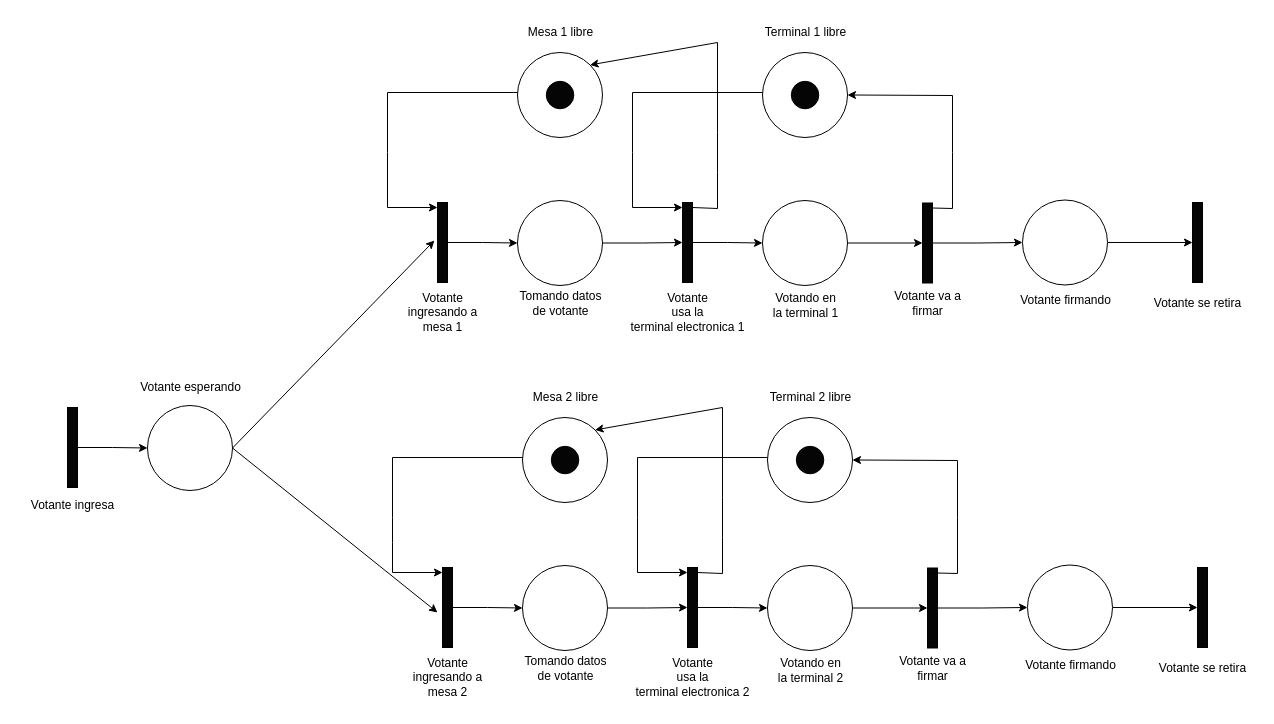
The draw.io diagram RP /Ejercicio_5.drawio in imnotsetro/IDS-1, before the edit. Source tidied: cells renumbered, new cells numbered last; positions are measured from the earlier drawing's top-left corner, leaving out a move shared by most shapes. Both pictures are drawn from the tidied source at 100%, with x=0, y=0 at pixel (17, 17).
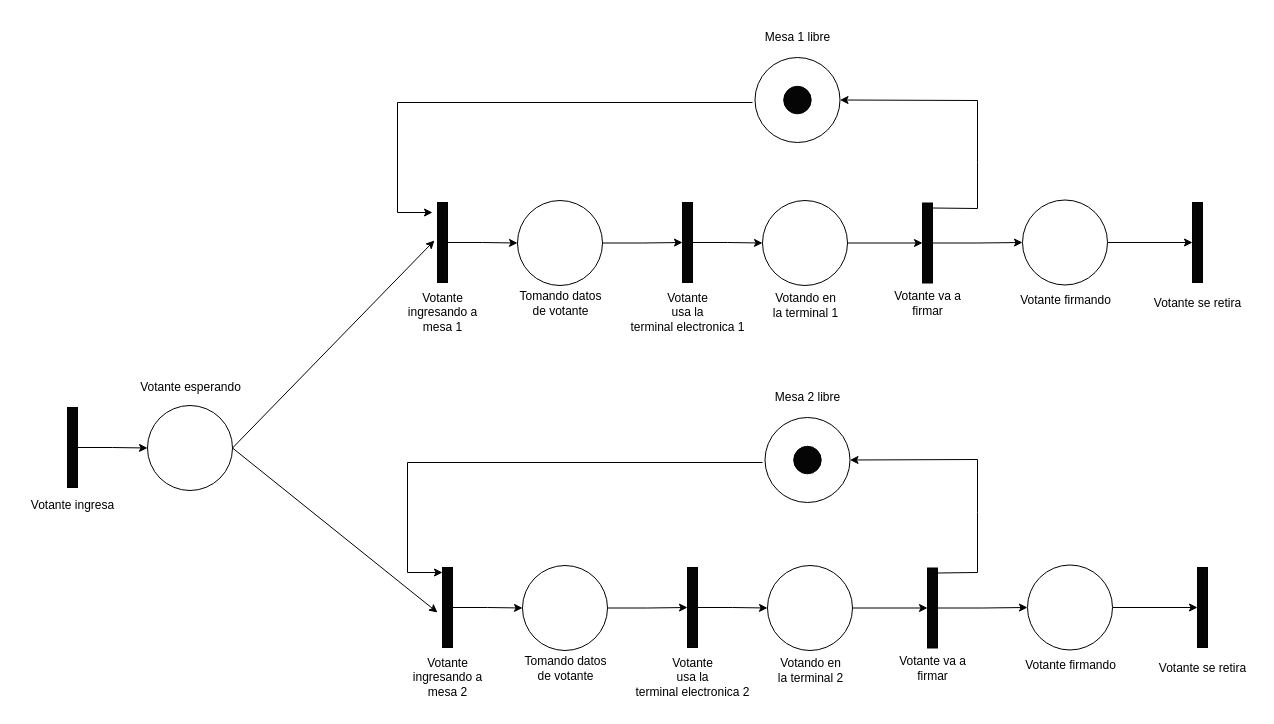
Above is the later version.

Unchanged cells that the change refers to:
```xml
<mxCell id="8" style="html=1;points=[[0,0,0,0,5],[0,1,0,0,-5],[1,0,0,0,5],[1,1,0,0,-5]];perimeter=orthogonalPerimeter;outlineConnect=0;targetShapes=umlLifeline;portConstraint=eastwest;newEdgeStyle={&quot;curved&quot;:0,&quot;rounded&quot;:0};fillColor=#050505;" parent="1" vertex="1">
  <mxGeometry x="420" y="185" width="10" height="80" as="geometry" />
</mxCell>
<mxCell id="16" style="html=1;points=[[0,0,0,0,5],[0,1,0,0,-5],[1,0,0,0,5],[1,1,0,0,-5]];perimeter=orthogonalPerimeter;outlineConnect=0;targetShapes=umlLifeline;portConstraint=eastwest;newEdgeStyle={&quot;curved&quot;:0,&quot;rounded&quot;:0};fillColor=#050505;" parent="1" vertex="1">
  <mxGeometry x="665" y="185" width="10" height="80" as="geometry" />
</mxCell>
<mxCell id="20" style="html=1;points=[[0,0,0,0,5],[0,1,0,0,-5],[1,0,0,0,5],[1,1,0,0,-5]];perimeter=orthogonalPerimeter;outlineConnect=0;targetShapes=umlLifeline;portConstraint=eastwest;newEdgeStyle={&quot;curved&quot;:0,&quot;rounded&quot;:0};fillColor=#050505;" parent="1" vertex="1">
  <mxGeometry x="905" y="185.5" width="10" height="80" as="geometry" />
</mxCell>
<mxCell id="40" style="html=1;points=[[0,0,0,0,5],[0,1,0,0,-5],[1,0,0,0,5],[1,1,0,0,-5]];perimeter=orthogonalPerimeter;outlineConnect=0;targetShapes=umlLifeline;portConstraint=eastwest;newEdgeStyle={&quot;curved&quot;:0,&quot;rounded&quot;:0};fillColor=#050505;" parent="1" vertex="1">
  <mxGeometry x="425" y="550" width="10" height="80" as="geometry" />
</mxCell>
<mxCell id="48" style="html=1;points=[[0,0,0,0,5],[0,1,0,0,-5],[1,0,0,0,5],[1,1,0,0,-5]];perimeter=orthogonalPerimeter;outlineConnect=0;targetShapes=umlLifeline;portConstraint=eastwest;newEdgeStyle={&quot;curved&quot;:0,&quot;rounded&quot;:0};fillColor=#050505;" parent="1" vertex="1">
  <mxGeometry x="670" y="550" width="10" height="80" as="geometry" />
</mxCell>
<mxCell id="52" style="html=1;points=[[0,0,0,0,5],[0,1,0,0,-5],[1,0,0,0,5],[1,1,0,0,-5]];perimeter=orthogonalPerimeter;outlineConnect=0;targetShapes=umlLifeline;portConstraint=eastwest;newEdgeStyle={&quot;curved&quot;:0,&quot;rounded&quot;:0};fillColor=#050505;" parent="1" vertex="1">
  <mxGeometry x="910" y="550.5" width="10" height="80" as="geometry" />
</mxCell>
```

The edit, as a diff of the source:
```diff
@@
-    <mxCell id="11" style="ellipse;whiteSpace=wrap;html=1;" parent="1" vertex="1">
-      <mxGeometry x="500" y="35" width="85" height="85" as="geometry" />
-    </mxCell>
-    <mxCell id="12" style="ellipse;whiteSpace=wrap;html=1;fillColor=#050505;" parent="1" vertex="1">
-      <mxGeometry x="528.8" y="63.8" width="27.5" height="27.5" as="geometry" />
-    </mxCell>
-    <mxCell id="13" style="endArrow=classic;html=1;rounded=0;entryX=1;entryY=0;entryDx=0;entryDy=0;exitX=1;exitY=0;exitDx=0;exitDy=5;exitPerimeter=0;" parent="1" edge="1" source="16" target="11">
-      <mxGeometry relative="1" as="geometry">
-        <Array as="points">
-          <mxPoint x="700" y="191" />
-          <mxPoint x="700" y="155" />
-          <mxPoint x="700" y="115" />
-          <mxPoint x="700" y="75" />
-          <mxPoint x="700" y="25" />
-        </Array>
-      </mxGeometry>
-    </mxCell>
-    <mxCell id="14" style="endArrow=classic;html=1;rounded=0;entryX=0;entryY=0;entryDx=0;entryDy=5;entryPerimeter=0;" parent="1" edge="1" target="8">
-      <mxGeometry relative="1" as="geometry">
-        <mxPoint x="500" y="75" as="sourcePoint" />
-        <Array as="points">
-          <mxPoint x="370" y="75" />
-          <mxPoint x="370" y="135" />
-          <mxPoint x="370" y="190" />
-        </Array>
-      </mxGeometry>
-    </mxCell>
@@
-    <mxCell id="21" style="ellipse;whiteSpace=wrap;html=1;" parent="1" vertex="1">
-      <mxGeometry x="745" y="35" width="85" height="85" as="geometry" />
-    </mxCell>
-    <mxCell id="22" style="ellipse;whiteSpace=wrap;html=1;fillColor=#050505;" parent="1" vertex="1">
-      <mxGeometry x="773.8" y="63.8" width="27.5" height="27.5" as="geometry" />
-    </mxCell>
-    <mxCell id="23" style="endArrow=classic;html=1;rounded=0;entryX=1;entryY=0.5;entryDx=0;entryDy=0;exitX=1;exitY=0;exitDx=0;exitDy=5;exitPerimeter=0;" parent="1" edge="1" source="20" target="21">
-      <mxGeometry relative="1" as="geometry">
-        <Array as="points">
-          <mxPoint x="935" y="191" />
-          <mxPoint x="935" y="135" />
-          <mxPoint x="935" y="78" />
-        </Array>
-      </mxGeometry>
-    </mxCell>
-    <mxCell id="24" style="endArrow=classic;html=1;rounded=0;entryX=0;entryY=0;entryDx=0;entryDy=5;entryPerimeter=0;" parent="1" edge="1" target="16">
-      <mxGeometry relative="1" as="geometry">
-        <mxPoint x="745" y="75" as="sourcePoint" />
-        <Array as="points">
-          <mxPoint x="615" y="75" />
-          <mxPoint x="615" y="135" />
-          <mxPoint x="615" y="190" />
-        </Array>
-      </mxGeometry>
-    </mxCell>
@@
-    <mxCell id="32" value="Mesa 1 libre" style="text;html=1;align=center;verticalAlign=middle;strokeColor=none;fillColor=none;" parent="1" vertex="1">
-      <mxGeometry x="497.5" width="90" height="30" as="geometry" />
-    </mxCell>
@@
-    <mxCell id="35" value="Terminal 1 libre" style="text;html=1;align=center;verticalAlign=middle;strokeColor=none;fillColor=none;" parent="1" vertex="1">
-      <mxGeometry x="732.5" width="110" height="30" as="geometry" />
-    </mxCell>
@@
     <mxCell id="43" style="ellipse;whiteSpace=wrap;html=1;" parent="1" vertex="1">
-      <mxGeometry x="505" y="400" width="85" height="85" as="geometry" />
+      <mxGeometry x="747.5" y="400" width="85" height="85" as="geometry" />
     </mxCell>
     <mxCell id="44" style="ellipse;whiteSpace=wrap;html=1;fillColor=#050505;" parent="1" vertex="1">
-      <mxGeometry x="533.8" y="428.8" width="27.5" height="27.5" as="geometry" />
+      <mxGeometry x="776.2" y="428.8" width="27.5" height="27.5" as="geometry" />
     </mxCell>
-    <mxCell id="45" style="endArrow=classic;html=1;rounded=0;entryX=1;entryY=0;entryDx=0;entryDy=0;exitX=1;exitY=0;exitDx=0;exitDy=5;exitPerimeter=0;" parent="1" edge="1" source="48" target="43">
-      <mxGeometry relative="1" as="geometry">
-        <Array as="points">
-          <mxPoint x="705" y="556" />
-          <mxPoint x="705" y="520" />
-          <mxPoint x="705" y="480" />
-          <mxPoint x="705" y="440" />
-          <mxPoint x="705" y="390" />
-        </Array>
-      </mxGeometry>
-    </mxCell>
-    <mxCell id="46" style="endArrow=classic;html=1;rounded=0;entryX=0;entryY=0;entryDx=0;entryDy=5;entryPerimeter=0;" parent="1" edge="1" target="40">
-      <mxGeometry relative="1" as="geometry">
-        <mxPoint x="505" y="440" as="sourcePoint" />
-        <Array as="points">
-          <mxPoint x="375" y="440" />
-          <mxPoint x="375" y="500" />
-          <mxPoint x="375" y="525" />
-          <mxPoint x="375" y="555" />
-        </Array>
-      </mxGeometry>
-    </mxCell>
@@
-    <mxCell id="53" style="ellipse;whiteSpace=wrap;html=1;" parent="1" vertex="1">
-      <mxGeometry x="750" y="400" width="85" height="85" as="geometry" />
-    </mxCell>
-    <mxCell id="54" style="ellipse;whiteSpace=wrap;html=1;fillColor=#050505;" parent="1" vertex="1">
-      <mxGeometry x="778.8" y="428.8" width="27.5" height="27.5" as="geometry" />
-    </mxCell>
-    <mxCell id="55" style="endArrow=classic;html=1;rounded=0;entryX=1;entryY=0.5;entryDx=0;entryDy=0;exitX=1;exitY=0;exitDx=0;exitDy=5;exitPerimeter=0;" parent="1" edge="1" source="52" target="53">
-      <mxGeometry relative="1" as="geometry">
-        <Array as="points">
-          <mxPoint x="940" y="556" />
-          <mxPoint x="940" y="500" />
-          <mxPoint x="940" y="443" />
-        </Array>
-      </mxGeometry>
-    </mxCell>
-    <mxCell id="56" style="endArrow=classic;html=1;rounded=0;entryX=0;entryY=0;entryDx=0;entryDy=5;entryPerimeter=0;" parent="1" edge="1" target="48">
-      <mxGeometry relative="1" as="geometry">
-        <mxPoint x="750" y="440" as="sourcePoint" />
-        <Array as="points">
-          <mxPoint x="620" y="440" />
-          <mxPoint x="620" y="500" />
-          <mxPoint x="620" y="555" />
-        </Array>
-      </mxGeometry>
-    </mxCell>
@@
     <mxCell id="62" value="Mesa 2 libre" style="text;html=1;align=center;verticalAlign=middle;strokeColor=none;fillColor=none;" parent="1" vertex="1">
-      <mxGeometry x="502.5" y="365" width="90" height="30" as="geometry" />
+      <mxGeometry x="745" y="365" width="90" height="30" as="geometry" />
     </mxCell>
@@
-    <mxCell id="65" value="Terminal 2 libre" style="text;html=1;align=center;verticalAlign=middle;strokeColor=none;fillColor=none;" parent="1" vertex="1">
-      <mxGeometry x="737.5" y="365" width="110" height="30" as="geometry" />
-    </mxCell>
@@
+    <mxCell id="69" style="endArrow=classic;html=1;rounded=0;entryX=1;entryY=0.5;entryDx=0;entryDy=0;exitX=1;exitY=0;exitDx=0;exitDy=5;exitPerimeter=0;" parent="1" edge="1" source="52" target="43">
+      <mxGeometry relative="1" as="geometry">
+        <Array as="points">
+          <mxPoint x="960" y="555" />
+          <mxPoint x="960" y="495" />
+          <mxPoint x="960" y="442" />
+        </Array>
+      </mxGeometry>
+    </mxCell>
+    <mxCell id="70" style="endArrow=classic;html=1;rounded=0;entryX=0;entryY=0;entryDx=0;entryDy=5;entryPerimeter=0;" parent="1" edge="1" target="40">
+      <mxGeometry relative="1" as="geometry">
+        <mxPoint x="745" y="445" as="sourcePoint" />
+        <Array as="points">
+          <mxPoint x="390" y="445" />
+          <mxPoint x="390" y="555" />
+        </Array>
+      </mxGeometry>
+    </mxCell>
+    <mxCell id="71" style="ellipse;whiteSpace=wrap;html=1;" parent="1" vertex="1">
+      <mxGeometry x="737.5" y="40" width="85" height="85" as="geometry" />
+    </mxCell>
+    <mxCell id="72" style="ellipse;whiteSpace=wrap;html=1;fillColor=#050505;" parent="1" vertex="1">
+      <mxGeometry x="766.2" y="68.8" width="27.5" height="27.5" as="geometry" />
+    </mxCell>
+    <mxCell id="32" value="Mesa 1 libre" style="text;html=1;align=center;verticalAlign=middle;strokeColor=none;fillColor=none;" parent="1" vertex="1">
+      <mxGeometry x="735" y="5" width="90" height="30" as="geometry" />
+    </mxCell>
+    <mxCell id="73" style="endArrow=classic;html=1;rounded=0;entryX=1;entryY=0.5;entryDx=0;entryDy=0;exitX=1;exitY=0;exitDx=0;exitDy=5;exitPerimeter=0;" parent="1" edge="1" source="20" target="71">
+      <mxGeometry relative="1" as="geometry">
+        <Array as="points">
+          <mxPoint x="960" y="191" />
+          <mxPoint x="960" y="145" />
+          <mxPoint x="960" y="83" />
+        </Array>
+      </mxGeometry>
+    </mxCell>
+    <mxCell id="74" style="endArrow=classic;html=1;rounded=0;entryX=0;entryY=0;entryDx=0;entryDy=5;entryPerimeter=0;" parent="1" edge="1">
+      <mxGeometry relative="1" as="geometry">
+        <mxPoint x="735" y="85" as="sourcePoint" />
+        <mxPoint x="415" y="195" as="targetPoint" />
+        <Array as="points">
+          <mxPoint x="380" y="85" />
+          <mxPoint x="380" y="195" />
+        </Array>
+      </mxGeometry>
+    </mxCell>
```
